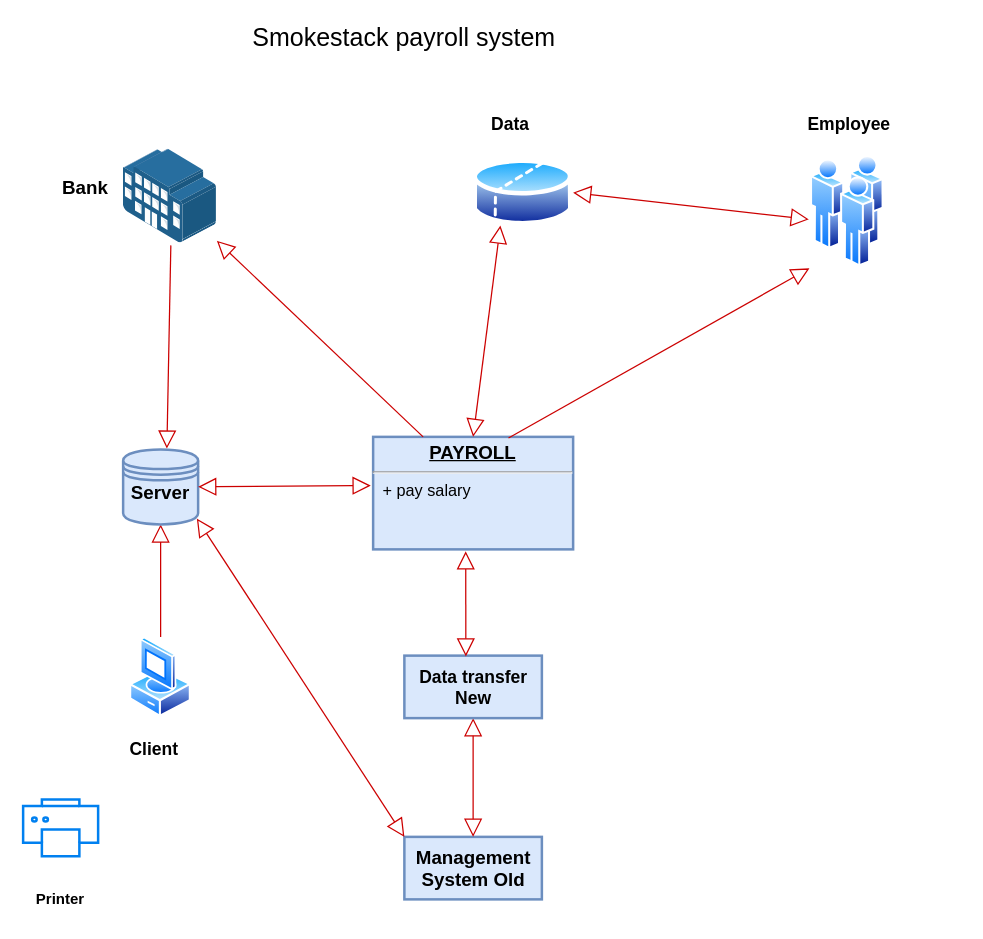
Before: sigfox-hello-world/Untitled Diagram.drawio in bilalaldulaimi/arduinoUno-wisol, a draw.io diagram. Source tidied: cells renumbered, new cells numbered last; positions are measured from the earlier drawing's top-left corner, leaving out a move shared by most shapes. Both pictures are drawn from the tidied source at 125%, with x=0, y=0 at pixel (22, 24).
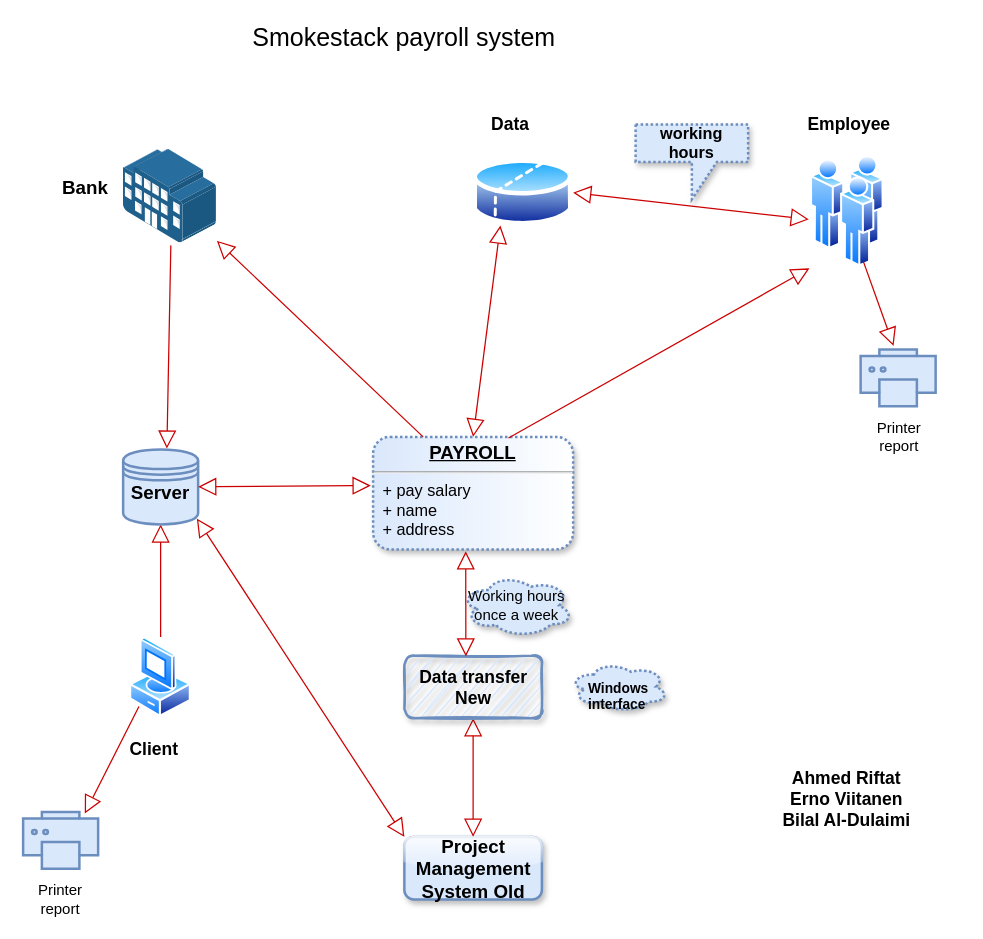
The same page after the edit.

The change refers to these unchanged cells:
```xml
<mxCell id="15" style="perimeter=ellipsePerimeter;html=1;align=center;shadow=0;dashed=0;spacingTop=3;image;image=img/lib/active_directory/vista_client.svg;strokeColor=#000000;strokeWidth=17;rotation=0;" parent="1" vertex="1">
  <mxGeometry x="85.3" y="490" width="49.4" height="65" as="geometry" />
</mxCell>
<mxCell id="20" style="perimeter=ellipsePerimeter;html=1;align=center;shadow=0;dashed=0;spacingTop=3;image;image=img/lib/active_directory/users.svg;strokeColor=#000000;strokeWidth=17;" parent="1" vertex="1">
  <mxGeometry x="630" y="105" width="58.9" height="89.2" as="geometry" />
</mxCell>
```

Diff of the diagram source:
```diff
@@
-    <mxCell id="2" value="&lt;p style=&quot;margin: 4px 0px 0px ; text-align: center ; text-decoration: underline ; font-size: 15px&quot;&gt;&lt;b&gt;PAYROLL&lt;/b&gt;&lt;br&gt;&lt;/p&gt;&lt;hr&gt;&lt;p style=&quot;margin: 0px 0px 0px 8px ; font-size: 13px&quot;&gt;+ pay salary&lt;br&gt;&lt;/p&gt;" style="verticalAlign=top;align=left;overflow=fill;fontSize=12;fontFamily=Helvetica;html=1;strokeWidth=2;fillColor=#dae8fc;strokeColor=#6c8ebf;" parent="1" vertex="1">
+    <mxCell id="2" value="&lt;p style=&quot;margin: 4px 0px 0px ; text-align: center ; text-decoration: underline ; font-size: 15px&quot;&gt;&lt;b&gt;PAYROLL&lt;/b&gt;&lt;br&gt;&lt;/p&gt;&lt;hr&gt;&lt;p style=&quot;margin: 0px 0px 0px 8px ; font-size: 13px&quot;&gt;+ pay salary&lt;/p&gt;&lt;p style=&quot;margin: 0px 0px 0px 8px ; font-size: 13px&quot;&gt;+ name&lt;/p&gt;&lt;p style=&quot;margin: 0px 0px 0px 8px ; font-size: 13px&quot;&gt;+ address&lt;/p&gt;&lt;p style=&quot;margin: 0px 0px 0px 8px ; font-size: 13px&quot;&gt;&lt;br&gt;&lt;/p&gt;" style="verticalAlign=top;align=left;overflow=fill;fontSize=12;fontFamily=Helvetica;html=1;strokeWidth=2;fillColor=#dae8fc;strokeColor=#6c8ebf;dashed=1;dashPattern=1 1;rounded=1;perimeterSpacing=0;shadow=1;sketch=0;gradientColor=#ffffff;gradientDirection=east;" parent="1" vertex="1">
       <mxGeometry x="280" y="330" width="160" height="90" as="geometry" />
     </mxCell>
@@
-    <mxCell id="10" value="&lt;div&gt;&lt;b&gt;&lt;font style=&quot;font-size: 15px&quot;&gt;Management&lt;/font&gt;&lt;br&gt;&lt;/b&gt;&lt;/div&gt;&lt;div style=&quot;font-size: 15px&quot;&gt;&lt;b&gt;System Old&lt;/b&gt;&lt;br&gt;&lt;b&gt;&lt;/b&gt;&lt;/div&gt;" style="html=1;strokeWidth=2;fillColor=#dae8fc;strokeColor=#6c8ebf;" parent="1" vertex="1">
+    <mxCell id="10" value="&lt;b&gt;&lt;font style=&quot;font-size: 15px&quot;&gt;Project&lt;/font&gt;&lt;/b&gt;&lt;div&gt;&lt;b&gt;&lt;font style=&quot;font-size: 15px&quot;&gt;Management&lt;/font&gt;&lt;br&gt;&lt;/b&gt;&lt;/div&gt;&lt;div style=&quot;font-size: 15px&quot;&gt;&lt;b&gt;System Old&lt;/b&gt;&lt;br&gt;&lt;b&gt;&lt;/b&gt;&lt;/div&gt;" style="html=1;strokeWidth=2;fillColor=#dae8fc;strokeColor=#6c8ebf;rounded=1;glass=1;shadow=1;" parent="1" vertex="1">
       <mxGeometry x="305" y="650" width="110" height="50" as="geometry" />
     </mxCell>
@@
-    <mxCell id="22" style="html=1;verticalLabelPosition=bottom;align=center;labelBackgroundColor=#ffffff;verticalAlign=top;strokeWidth=2;strokeColor=#0080F0;shadow=0;dashed=0;shape=mxgraph.ios7.icons.printer;" parent="1" vertex="1">
-      <mxGeometry y="620" width="60" height="45.5" as="geometry" />
+    <mxCell id="22" style="html=1;verticalLabelPosition=bottom;align=center;labelBackgroundColor=#ffffff;verticalAlign=top;strokeWidth=2;strokeColor=#6c8ebf;shadow=0;dashed=0;shape=mxgraph.ios7.icons.printer;fillColor=#dae8fc;" parent="1" vertex="1">
+      <mxGeometry y="630" width="60" height="45.5" as="geometry" />
     </mxCell>
-    <mxCell id="23" value="&lt;div&gt;&lt;b&gt;Printer&lt;/b&gt;&lt;/div&gt;" style="text;html=1;strokeColor=none;fillColor=none;align=center;verticalAlign=middle;whiteSpace=wrap;rounded=0;" parent="1" vertex="1">
+    <mxCell id="23" value="&lt;div&gt;&lt;font style=&quot;font-size: 12px&quot;&gt;Printer&lt;/font&gt;&lt;/div&gt;&lt;div&gt;&lt;font style=&quot;font-size: 12px&quot;&gt;report&lt;/font&gt;&lt;br&gt;&lt;/div&gt;" style="text;html=1;strokeColor=none;fillColor=none;align=center;verticalAlign=middle;whiteSpace=wrap;rounded=0;" parent="1" vertex="1">
       <mxGeometry x="10" y="690" width="40" height="20" as="geometry" />
     </mxCell>
-    <mxCell id="24" value="&lt;div style=&quot;font-size: 14px&quot;&gt;&lt;b&gt;&lt;font style=&quot;font-size: 14px&quot;&gt;Data transfer&lt;/font&gt;&lt;/b&gt;&lt;/div&gt;&lt;div style=&quot;font-size: 14px&quot;&gt;&lt;b&gt;&lt;font style=&quot;font-size: 14px&quot;&gt;New&lt;/font&gt;&lt;/b&gt;&lt;br&gt;&lt;/div&gt;" style="html=1;strokeColor=#6c8ebf;strokeWidth=2;fillColor=#dae8fc;" parent="1" vertex="1">
+    <mxCell id="24" value="&lt;div style=&quot;font-size: 14px&quot;&gt;&lt;b&gt;&lt;font style=&quot;font-size: 14px&quot;&gt;Data transfer&lt;/font&gt;&lt;/b&gt;&lt;/div&gt;&lt;div style=&quot;font-size: 14px&quot;&gt;&lt;b&gt;&lt;font style=&quot;font-size: 14px&quot;&gt;New&lt;/font&gt;&lt;/b&gt;&lt;br&gt;&lt;/div&gt;" style="html=1;strokeColor=#6c8ebf;strokeWidth=2;fillColor=#dae8fc;rounded=1;glass=0;shadow=1;sketch=1;" parent="1" vertex="1">
       <mxGeometry x="305" y="505" width="110" height="50" as="geometry" />
     </mxCell>
@@
+    <mxCell id="27" value="&lt;p style=&quot;line-height: 120%&quot;&gt;&lt;br&gt;&lt;/p&gt;" style="text;html=1;strokeColor=none;fillColor=none;align=center;verticalAlign=middle;whiteSpace=wrap;rounded=0;shadow=1;glass=1;dashed=1;dashPattern=1 1;sketch=0;" parent="1" vertex="1">
+      <mxGeometry x="510" y="120" width="40" height="20" as="geometry" />
+    </mxCell>
+    <mxCell id="28" value="&lt;p style=&quot;line-height: 120%&quot;&gt;&lt;b&gt;&lt;font style=&quot;font-size: 13px&quot;&gt;&lt;span id=&quot;yui_3_17_2_1_1599549741766_38&quot; lang=&quot;EN-US&quot;&gt;working hours&lt;/span&gt;&lt;/font&gt;&lt;/b&gt;&lt;/p&gt;" style="shape=callout;whiteSpace=wrap;html=1;perimeter=calloutPerimeter;rounded=0;shadow=1;glass=1;dashed=1;dashPattern=1 1;sketch=0;strokeColor=#6c8ebf;strokeWidth=2;fillColor=#dae8fc;" parent="1" vertex="1">
+      <mxGeometry x="490" y="80" width="90" height="60" as="geometry" />
+    </mxCell>
+    <mxCell id="29" value="&lt;font style=&quot;font-size: 11px&quot;&gt;&lt;br&gt;&lt;/font&gt;&lt;div style=&quot;font-size: 11px&quot;&gt;&lt;font style=&quot;font-size: 11px&quot;&gt;&lt;b&gt;&lt;font style=&quot;font-size: 11px&quot;&gt;&lt;span id=&quot;yui_3_17_2_1_1599549741766_40&quot; lang=&quot;EN-US&quot;&gt;Windows &lt;br&gt;&lt;/span&gt;&lt;/font&gt;&lt;/b&gt;&lt;/font&gt;&lt;/div&gt;&lt;div style=&quot;font-size: 11px&quot; align=&quot;justify&quot;&gt;&lt;font style=&quot;font-size: 11px&quot;&gt;&lt;b&gt;&lt;font style=&quot;font-size: 11px&quot;&gt;&lt;span id=&quot;yui_3_17_2_1_1599549741766_40&quot; lang=&quot;EN-US&quot;&gt;interface&lt;/span&gt;&lt;/font&gt;&lt;/b&gt;&lt;/font&gt;&lt;/div&gt;" style="ellipse;shape=cloud;whiteSpace=wrap;html=1;rounded=0;shadow=1;glass=1;dashed=1;dashPattern=1 1;sketch=0;strokeColor=#6c8ebf;strokeWidth=2;fillColor=#dae8fc;" parent="1" vertex="1">
+      <mxGeometry x="437" y="510" width="79" height="40" as="geometry" />
+    </mxCell>
+    <mxCell id="30" value="&lt;font style=&quot;font-size: 12px&quot;&gt;&lt;span id=&quot;yui_3_17_2_1_1599549741766_42&quot; lang=&quot;EN-US&quot;&gt;Working hours&lt;/span&gt;&lt;br&gt;&lt;span id=&quot;yui_3_17_2_1_1599549741766_42&quot; lang=&quot;EN-US&quot;&gt;once a week&lt;/span&gt;&lt;/font&gt;&lt;font style=&quot;font-size: 12px&quot;&gt;&lt;br&gt;&lt;/font&gt;" style="ellipse;shape=cloud;whiteSpace=wrap;html=1;rounded=0;shadow=1;glass=1;dashed=1;dashPattern=1 1;sketch=0;strokeColor=#6c8ebf;strokeWidth=2;fillColor=#dae8fc;" parent="1" vertex="1">
+      <mxGeometry x="350" y="440" width="90" height="50" as="geometry" />
+    </mxCell>
+    <mxCell id="31" style="endArrow=block;html=1;strokeColor=#CC0000;strokeWidth=1;entryX=0.822;entryY=0.03;entryDx=0;entryDy=0;entryPerimeter=0;exitX=0;exitY=1;exitDx=0;exitDy=0;endFill=0;endSize=12;" parent="1" edge="1" source="15" target="22">
+      <mxGeometry relative="1" as="geometry" />
+    </mxCell>
+    <mxCell id="32" value="&lt;div&gt;&lt;font style=&quot;font-size: 12px&quot;&gt;Printer&lt;/font&gt;&lt;/div&gt;&lt;div&gt;&lt;font style=&quot;font-size: 12px&quot;&gt;report&lt;/font&gt;&lt;br&gt;&lt;/div&gt;" style="text;html=1;strokeColor=none;fillColor=none;align=center;verticalAlign=middle;whiteSpace=wrap;rounded=0;" parent="1" vertex="1">
+      <mxGeometry x="681" y="320" width="40" height="20" as="geometry" />
+    </mxCell>
+    <mxCell id="33" style="html=1;verticalLabelPosition=bottom;align=center;labelBackgroundColor=#ffffff;verticalAlign=top;strokeWidth=2;strokeColor=#6c8ebf;shadow=0;dashed=0;shape=mxgraph.ios7.icons.printer;fillColor=#dae8fc;" parent="1" vertex="1">
+      <mxGeometry x="670" y="260" width="60" height="45.5" as="geometry" />
+    </mxCell>
+    <mxCell id="34" style="endArrow=block;html=1;strokeColor=#CC0000;strokeWidth=1;exitX=0.75;exitY=1;exitDx=0;exitDy=0;entryX=0.439;entryY=-0.061;entryDx=0;entryDy=0;entryPerimeter=0;endSize=12;endFill=0;" parent="1" edge="1" source="20" target="33">
+      <mxGeometry relative="1" as="geometry" />
+    </mxCell>
+    <mxCell id="35" value="&lt;div style=&quot;font-size: 14px&quot;&gt;&lt;b&gt;&lt;font style=&quot;font-size: 14px&quot;&gt;Ahmed Riftat&lt;/font&gt;&lt;/b&gt;&lt;/div&gt;&lt;div style=&quot;font-size: 14px&quot;&gt;&lt;b&gt;&lt;font style=&quot;font-size: 14px&quot;&gt;Erno Viitanen&lt;/font&gt;&lt;/b&gt;&lt;/div&gt;&lt;div style=&quot;font-size: 14px&quot;&gt;&lt;b&gt;&lt;font style=&quot;font-size: 14px&quot;&gt;Bilal Al-Dulaimi&lt;br&gt;&lt;/font&gt;&lt;/b&gt;&lt;/div&gt;" style="text;html=1;strokeColor=none;fillColor=none;align=center;verticalAlign=middle;whiteSpace=wrap;rounded=0;shadow=1;glass=1;dashed=1;dashPattern=1 1;sketch=0;" parent="1" vertex="1">
+      <mxGeometry x="574.4" y="610" width="170" height="20" as="geometry" />
+    </mxCell>
```
